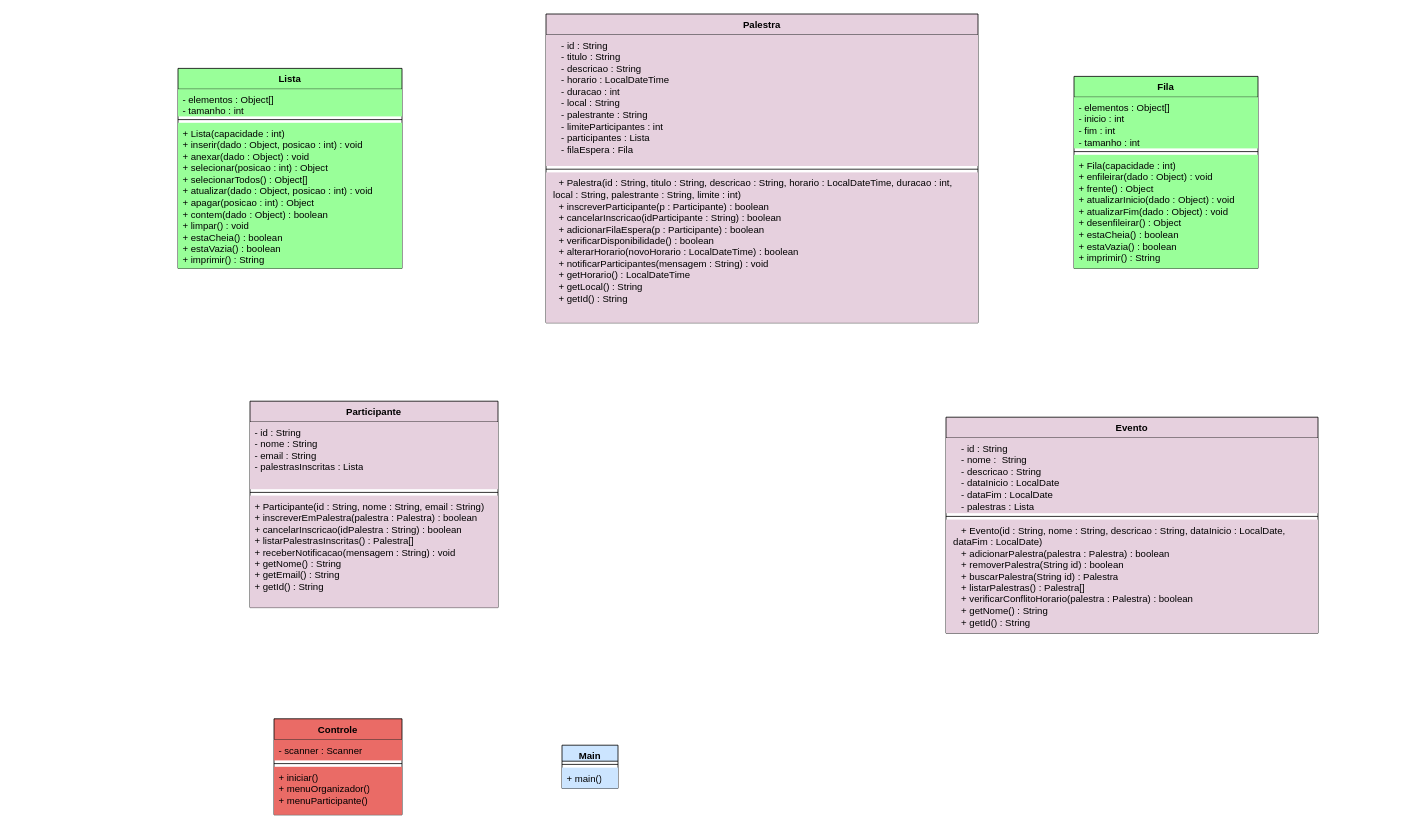
The draw.io diagram DiagramaClasses/GerenciamentoPalestras.drawio in marynmendes/Trabalho_ed, before the edit. Source tidied: cells renumbered, new cells numbered last; positions are measured from the earlier drawing's top-left corner, leaving out a move shared by most shapes. Both pictures are drawn from the tidied source at 80%, with x=0, y=0 at pixel (178, 14).
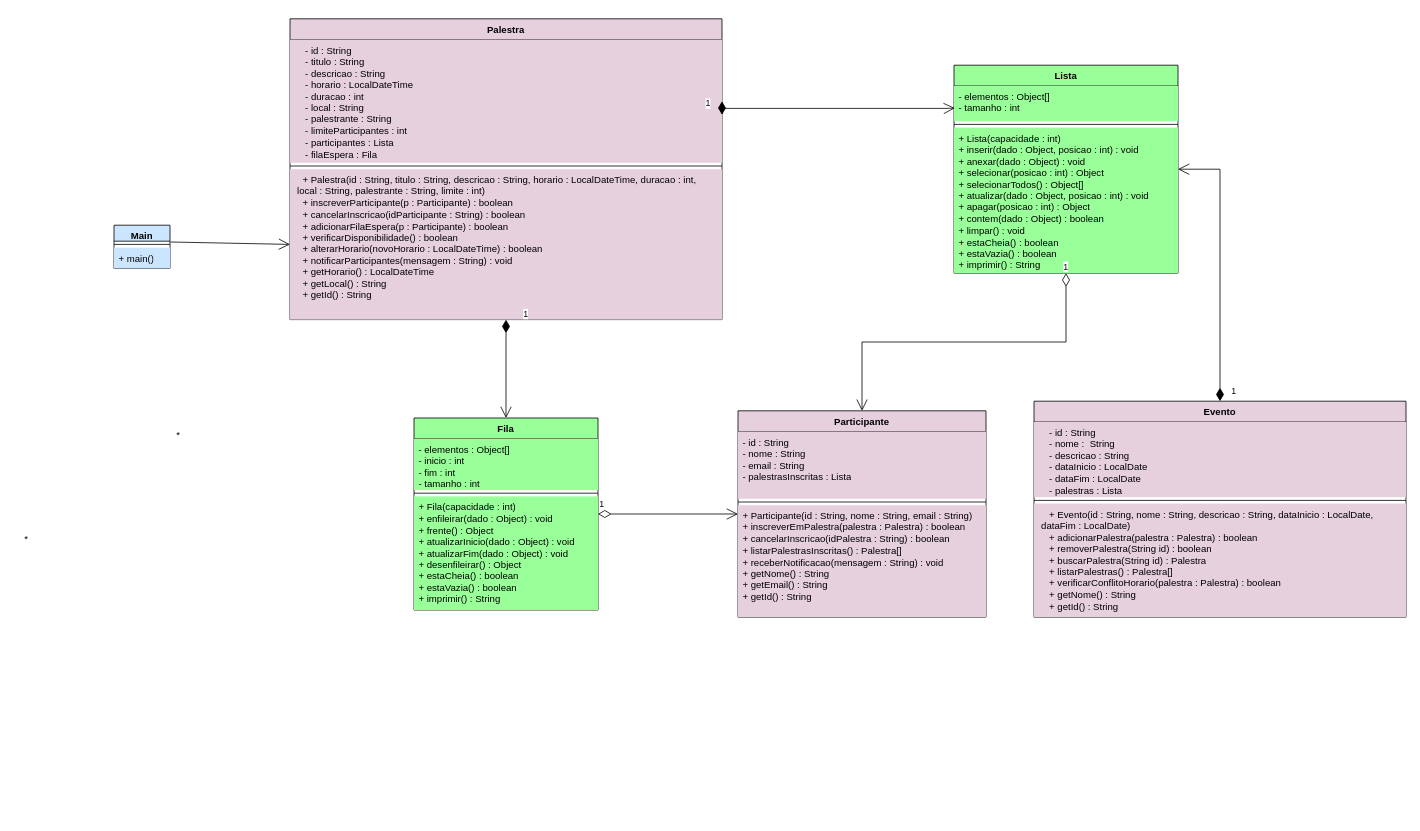
The same page after the edit.

Diff of the diagram source:
```diff
@@
     <mxCell id="2" value="Evento" style="swimlane;fontStyle=1;align=center;verticalAlign=top;horizontal=1;startSize=26;whiteSpace=wrap;html=1;fillColor=#E6D0DE;" parent="1" vertex="1">
-      <mxGeometry x="960" y="504" width="465" height="270" as="geometry" />
+      <mxGeometry x="1070" y="484" width="465" height="270" as="geometry" />
     </mxCell>
@@
     <mxCell id="6" value="Palestra" style="swimlane;fontStyle=1;align=center;verticalAlign=top;horizontal=1;startSize=26;whiteSpace=wrap;html=1;fillColor=#E6D0DE;" parent="1" vertex="1">
-      <mxGeometry x="460" width="540" height="386" as="geometry" />
+      <mxGeometry x="140" y="6" width="540" height="376" as="geometry" />
     </mxCell>
     <mxCell id="7" value="&lt;div&gt;&amp;nbsp; &amp;nbsp; - id :&amp;nbsp;&lt;span style=&quot;background-color: transparent; color: light-dark(rgb(0, 0, 0), rgb(255, 255, 255));&quot;&gt;String&lt;/span&gt;&lt;span style=&quot;background-color: transparent; color: light-dark(rgb(0, 0, 0), rgb(255, 255, 255));&quot;&gt;&amp;nbsp;&lt;/span&gt;&lt;/div&gt;&lt;div&gt;&amp;nbsp; &amp;nbsp; - titulo :&amp;nbsp;&lt;span style=&quot;background-color: transparent; color: light-dark(rgb(0, 0, 0), rgb(255, 255, 255));&quot;&gt;String&lt;/span&gt;&lt;span style=&quot;background-color: transparent; color: light-dark(rgb(0, 0, 0), rgb(255, 255, 255));&quot;&gt;&amp;nbsp;&lt;/span&gt;&lt;/div&gt;&lt;div&gt;&amp;nbsp; &amp;nbsp; - descricao :&amp;nbsp;&lt;span style=&quot;background-color: transparent; color: light-dark(rgb(0, 0, 0), rgb(255, 255, 255));&quot;&gt;String&lt;/span&gt;&lt;span style=&quot;background-color: transparent; color: light-dark(rgb(0, 0, 0), rgb(255, 255, 255));&quot;&gt;&amp;nbsp;&lt;/span&gt;&lt;/div&gt;&lt;div&gt;&amp;nbsp; &amp;nbsp; - horario :&amp;nbsp;&lt;span style=&quot;background-color: transparent; color: light-dark(rgb(0, 0, 0), rgb(255, 255, 255));&quot;&gt;LocalDateTime&lt;/span&gt;&lt;span style=&quot;background-color: transparent; color: light-dark(rgb(0, 0, 0), rgb(255, 255, 255));&quot;&gt;&amp;nbsp;&lt;/span&gt;&lt;/div&gt;&lt;div&gt;&amp;nbsp; &amp;nbsp; - duracao :&amp;nbsp;&lt;span style=&quot;background-color: transparent; color: light-dark(rgb(0, 0, 0), rgb(255, 255, 255));&quot;&gt;int&lt;/span&gt;&lt;span style=&quot;background-color: transparent; color: light-dark(rgb(0, 0, 0), rgb(255, 255, 255));&quot;&gt;&amp;nbsp;&lt;/span&gt;&lt;/div&gt;&lt;div&gt;&amp;nbsp; &amp;nbsp; - local :&amp;nbsp;&lt;span style=&quot;background-color: transparent; color: light-dark(rgb(0, 0, 0), rgb(255, 255, 255));&quot;&gt;String&lt;/span&gt;&lt;span style=&quot;background-color: transparent; color: light-dark(rgb(0, 0, 0), rgb(255, 255, 255));&quot;&gt;&amp;nbsp;&lt;/span&gt;&lt;/div&gt;&lt;div&gt;&amp;nbsp; &amp;nbsp; - palestrante :&amp;nbsp;&lt;span style=&quot;background-color: transparent; color: light-dark(rgb(0, 0, 0), rgb(255, 255, 255));&quot;&gt;String&lt;/span&gt;&lt;/div&gt;&lt;div&gt;&amp;nbsp; &amp;nbsp; - limiteParticipantes :&amp;nbsp;&lt;span style=&quot;background-color: transparent; color: light-dark(rgb(0, 0, 0), rgb(255, 255, 255));&quot;&gt;int&lt;/span&gt;&lt;span style=&quot;background-color: transparent; color: light-dark(rgb(0, 0, 0), rgb(255, 255, 255));&quot;&gt;&amp;nbsp;&lt;/span&gt;&lt;/div&gt;&lt;div&gt;&amp;nbsp; &amp;nbsp; - participantes :&amp;nbsp;&lt;span style=&quot;background-color: transparent; color: light-dark(rgb(0, 0, 0), rgb(255, 255, 255));&quot;&gt;Lista&lt;/span&gt;&lt;span style=&quot;background-color: transparent; color: light-dark(rgb(0, 0, 0), rgb(255, 255, 255));&quot;&gt;&amp;nbsp;&lt;/span&gt;&lt;/div&gt;&lt;div&gt;&lt;span style=&quot;background-color: transparent; color: light-dark(rgb(0, 0, 0), rgb(255, 255, 255));&quot;&gt;&amp;nbsp; &amp;nbsp; - filaEspera :&amp;nbsp;&lt;/span&gt;&lt;span style=&quot;background-color: transparent; color: light-dark(rgb(0, 0, 0), rgb(255, 255, 255));&quot;&gt;Fila&lt;/span&gt;&lt;span style=&quot;background-color: transparent; color: light-dark(rgb(0, 0, 0), rgb(255, 255, 255));&quot;&gt;&amp;nbsp;&lt;/span&gt;&lt;/div&gt;" style="text;strokeColor=none;fillColor=#E6D0DE;align=left;verticalAlign=top;spacingLeft=4;spacingRight=4;overflow=hidden;points=[[0,0.5],[1,0.5]];portConstraint=eastwest;whiteSpace=wrap;html=1;" parent="6" vertex="1">
-      <mxGeometry y="26" width="540" height="164" as="geometry" />
+      <mxGeometry y="26" width="540" height="154" as="geometry" />
     </mxCell>
     <mxCell id="8" style="line;strokeWidth=1;fillColor=#E6D0DE;align=left;verticalAlign=middle;spacingTop=-1;spacingLeft=3;spacingRight=3;labelPosition=right;strokeColor=inherit;" parent="6" vertex="1">
-      <mxGeometry y="190" width="540" height="8" as="geometry" />
+      <mxGeometry y="180" width="540" height="8" as="geometry" />
     </mxCell>
     <mxCell id="9" value="&amp;nbsp; &amp;nbsp;+ Palestra(id : String, titulo : String, descricao : String, horario : LocalDateTime, duracao : int,&amp;nbsp; &amp;nbsp; &amp;nbsp; &amp;nbsp;local : String, palestrante : String, limite : int)&lt;br&gt;&amp;nbsp; &amp;nbsp;+ inscreverParticipante(p : Participante) : boolean&lt;br&gt;&amp;nbsp; &amp;nbsp;+ cancelarInscricao(idParticipante : String) : boolean&lt;br&gt;&amp;nbsp; &amp;nbsp;+ adicionarFilaEspera(p : Participante) : boolean&lt;br&gt;&amp;nbsp; &amp;nbsp;+ verificarDisponibilidade() : boolean&lt;br&gt;&amp;nbsp; &amp;nbsp;+ alterarHorario(novoHorario : LocalDateTime) : boolean&lt;br&gt;&amp;nbsp; &amp;nbsp;+ notificarParticipantes(mensagem : String) : void&lt;br&gt;&amp;nbsp; &amp;nbsp;+ getHorario() : LocalDateTime&lt;br&gt;&amp;nbsp; &amp;nbsp;+ getLocal() : String&lt;br&gt;&amp;nbsp; &amp;nbsp;+ getId() : String" style="text;strokeColor=none;fillColor=#E6D0DE;align=left;verticalAlign=top;spacingLeft=4;spacingRight=4;overflow=hidden;whiteSpace=wrap;html=1;" parent="6" vertex="1">
-      <mxGeometry y="198" width="540" height="188" as="geometry" />
+      <mxGeometry y="188" width="540" height="188" as="geometry" />
     </mxCell>
     <mxCell id="10" value="Participante" style="swimlane;fontStyle=1;align=center;verticalAlign=top;horizontal=1;startSize=26;whiteSpace=wrap;html=1;fillColor=#E6D0DE;" parent="1" vertex="1">
-      <mxGeometry x="90" y="484" width="310" height="258" as="geometry" />
+      <mxGeometry x="700" y="496" width="310" height="258" as="geometry" />
     </mxCell>
@@
     <mxCell id="14" value="Lista" style="swimlane;fontStyle=1;align=center;verticalAlign=top;horizontal=1;startSize=26;whiteSpace=wrap;html=1;fillColor=#99FF99;" parent="1" vertex="1">
-      <mxGeometry y="68" width="280" height="250" as="geometry" />
+      <mxGeometry x="970" y="64" width="280" height="260" as="geometry" />
     </mxCell>
     <mxCell id="15" value="- elementos : Object[]&lt;br/&gt;- tamanho : int" style="text;strokeColor=none;fillColor=#99FF99;align=left;verticalAlign=top;spacingLeft=4;spacingRight=4;overflow=hidden;points=[[0,0.5],[1,0.5]];portConstraint=eastwest;whiteSpace=wrap;html=1;" parent="14" vertex="1">
-      <mxGeometry y="26" width="280" height="34" as="geometry" />
+      <mxGeometry y="26" width="280" height="44" as="geometry" />
     </mxCell>
     <mxCell id="16" style="line;strokeWidth=1;fillColor=#99FF99;align=left;verticalAlign=middle;spacingTop=-1;spacingLeft=3;spacingRight=3;labelPosition=right;strokeColor=inherit;" parent="14" vertex="1">
-      <mxGeometry y="60" width="280" height="8" as="geometry" />
+      <mxGeometry y="70" width="280" height="8" as="geometry" />
     </mxCell>
     <mxCell id="17" value="+ Lista(capacidade : int)&lt;br/&gt;+ inserir(dado : Object, posicao : int) : void&lt;br/&gt;+ anexar(dado : Object) : void&lt;br/&gt;+ selecionar(posicao : int) : Object&lt;br/&gt;+ selecionarTodos() : Object[]&lt;br/&gt;+ atualizar(dado : Object, posicao : int) : void&lt;br/&gt;+ apagar(posicao : int) : Object&lt;br/&gt;+ contem(dado : Object) : boolean&lt;br/&gt;+ limpar() : void&lt;br/&gt;+ estaCheia() : boolean&lt;br/&gt;+ estaVazia() : boolean&lt;br/&gt;+ imprimir() : String" style="text;strokeColor=none;fillColor=#99FF99;align=left;verticalAlign=top;spacingLeft=4;spacingRight=4;overflow=hidden;whiteSpace=wrap;html=1;" parent="14" vertex="1">
-      <mxGeometry y="68" width="280" height="182" as="geometry" />
+      <mxGeometry y="78" width="280" height="182" as="geometry" />
     </mxCell>
     <mxCell id="18" value="Fila" style="swimlane;fontStyle=1;align=center;verticalAlign=top;horizontal=1;startSize=26;whiteSpace=wrap;html=1;fillColor=#99FF99;" parent="1" vertex="1">
-      <mxGeometry x="1120" y="78" width="230" height="240" as="geometry" />
+      <mxGeometry x="295" y="505" width="230" height="240" as="geometry" />
     </mxCell>
@@
     <mxCell id="22" value="Main" style="swimlane;fontStyle=1;align=center;verticalAlign=top;horizontal=1;startSize=20;whiteSpace=wrap;html=1;fillColor=#CCE5FF;" parent="1" vertex="1">
-      <mxGeometry x="480" y="914" width="70" height="54" as="geometry" />
+      <mxGeometry x="-80" y="264" width="70" height="54" as="geometry" />
     </mxCell>
@@
-    <mxCell id="25" value="Controle" style="swimlane;fontStyle=1;align=center;verticalAlign=top;horizontal=1;startSize=26;whiteSpace=wrap;html=1;fillColor=#EA6B66;" parent="1" vertex="1">
-      <mxGeometry x="120" y="881" width="160" height="120" as="geometry" />
-    </mxCell>
-    <mxCell id="26" value="- scanner : Scanner" style="text;strokeColor=none;fillColor=#EA6B66;align=left;verticalAlign=top;spacingLeft=4;spacingRight=4;overflow=hidden;whiteSpace=wrap;html=1;" parent="25" vertex="1">
-      <mxGeometry y="26" width="160" height="26" as="geometry" />
-    </mxCell>
-    <mxCell id="27" style="line;strokeWidth=1;fillColor=#EA6B66;align=left;verticalAlign=middle;spacingTop=-1;spacingLeft=3;spacingRight=3;labelPosition=right;strokeColor=inherit;" parent="25" vertex="1">
-      <mxGeometry y="52" width="160" height="8" as="geometry" />
-    </mxCell>
-    <mxCell id="28" value="+ iniciar()&lt;div&gt;+ menuOrganizador()&lt;/div&gt;&lt;div&gt;+ menuParticipante()&lt;/div&gt;" style="text;strokeColor=none;fillColor=#EA6B66;align=left;verticalAlign=top;spacingLeft=4;spacingRight=4;overflow=hidden;whiteSpace=wrap;html=1;" parent="25" vertex="1">
-      <mxGeometry y="60" width="160" height="60" as="geometry" />
-    </mxCell>
+    <mxCell id="29" value="1" style="endArrow=open;html=1;endSize=12;startArrow=diamondThin;startSize=14;startFill=1;edgeStyle=orthogonalEdgeStyle;align=left;verticalAlign=bottom;rounded=0;exitX=0.5;exitY=0;exitDx=0;exitDy=0;entryX=1;entryY=0.5;entryDx=0;entryDy=0;" parent="1" edge="1" source="2" target="14">
+      <mxGeometry x="-0.98" y="-12" relative="1" as="geometry" />
+    </mxCell>
+    <mxCell id="30" value="1" style="endArrow=open;html=1;endSize=12;startArrow=diamondThin;startSize=14;startFill=0;edgeStyle=orthogonalEdgeStyle;align=left;verticalAlign=bottom;rounded=0;exitX=1;exitY=0.5;exitDx=0;exitDy=0;entryX=0;entryY=0.5;entryDx=0;entryDy=0;" parent="1" edge="1" source="18" target="10">
+      <mxGeometry x="-1" y="3" relative="1" as="geometry" />
+    </mxCell>
+    <mxCell id="31" value="1" style="endArrow=open;html=1;endSize=12;startArrow=diamondThin;startSize=14;startFill=0;edgeStyle=orthogonalEdgeStyle;align=left;verticalAlign=bottom;rounded=0;exitX=0.5;exitY=1;exitDx=0;exitDy=0;entryX=0.5;entryY=0;entryDx=0;entryDy=0;" parent="1" edge="1" source="14" target="10">
+      <mxGeometry x="-1" y="-5" relative="1" as="geometry">
+        <mxPoint y="1" as="offset" />
+      </mxGeometry>
+    </mxCell>
+    <mxCell id="32" value="*" style="text;html=1;align=center;verticalAlign=middle;strokeColor=none;fillColor=none;" parent="1" vertex="1">
+      <mxGeometry x="-205" y="642" width="30" height="30" as="geometry" />
+    </mxCell>
+    <mxCell id="33" value="*" style="text;html=1;align=center;verticalAlign=middle;strokeColor=none;fillColor=none;" parent="1" vertex="1">
+      <mxGeometry x="-15" y="512" width="30" height="30" as="geometry" />
+    </mxCell>
+    <mxCell id="34" value="1" style="endArrow=open;html=1;endSize=12;startArrow=diamondThin;startSize=14;startFill=1;edgeStyle=orthogonalEdgeStyle;align=left;verticalAlign=bottom;rounded=0;exitX=0.5;exitY=1;exitDx=0;exitDy=0;entryX=0.5;entryY=0;entryDx=0;entryDy=0;" parent="1" edge="1" source="6" target="18">
+      <mxGeometry x="-0.97" y="20" relative="1" as="geometry" />
+    </mxCell>
+    <mxCell id="35" value="1" style="endArrow=open;html=1;endSize=12;startArrow=diamondThin;startSize=14;startFill=1;edgeStyle=orthogonalEdgeStyle;align=left;verticalAlign=bottom;rounded=0;entryX=0.004;entryY=0.626;entryDx=0;entryDy=0;exitX=1;exitY=0.5;exitDx=0;exitDy=0;entryPerimeter=0;" parent="1" edge="1" source="7" target="15">
+      <mxGeometry x="-1" y="-16" relative="1" as="geometry">
+        <Array as="points">
+          <mxPoint x="680" y="118" />
+          <mxPoint x="960" y="118" />
+        </Array>
+        <mxPoint x="-6" y="12" as="offset" />
+      </mxGeometry>
+    </mxCell>
+    <mxCell id="36" style="endArrow=open;endFill=1;endSize=12;html=1;rounded=0;exitX=1.008;exitY=0.389;exitDx=0;exitDy=0;entryX=0;entryY=0.75;entryDx=0;entryDy=0;exitPerimeter=0;" parent="1" edge="1" source="22" target="6">
+      <mxGeometry relative="1" as="geometry" />
+    </mxCell>
```
